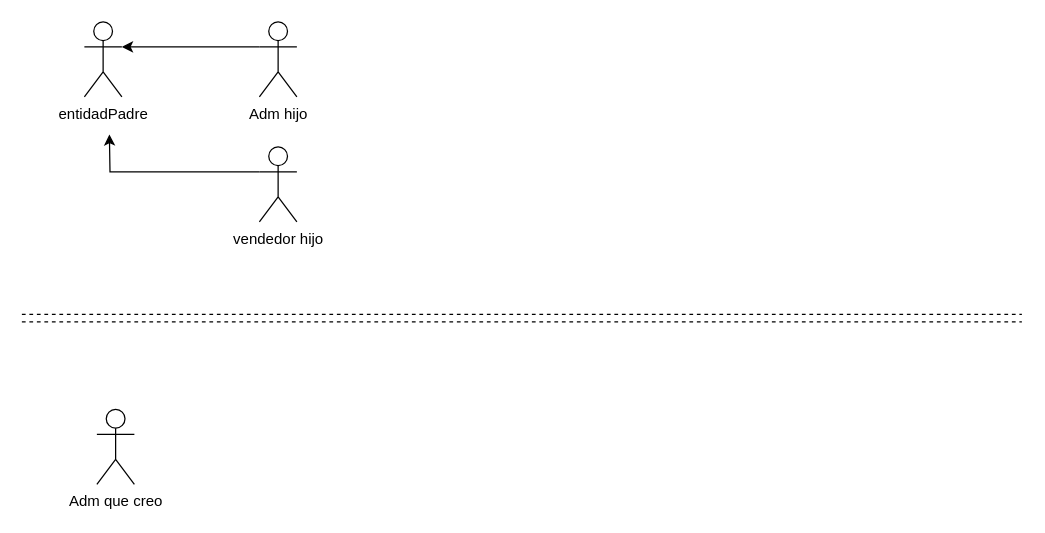
This is jerarquiaAdministradoresparaBorrar.drawio from Qleoz12/DiagramsJPA, a draw.io file, before an edit. Source tidied: cells renumbered, new cells numbered last; positions are measured from the earlier drawing's top-left corner, leaving out a move shared by most shapes. Both pictures are drawn from the tidied source at 125%, with x=0, y=0 at pixel (21, 21).
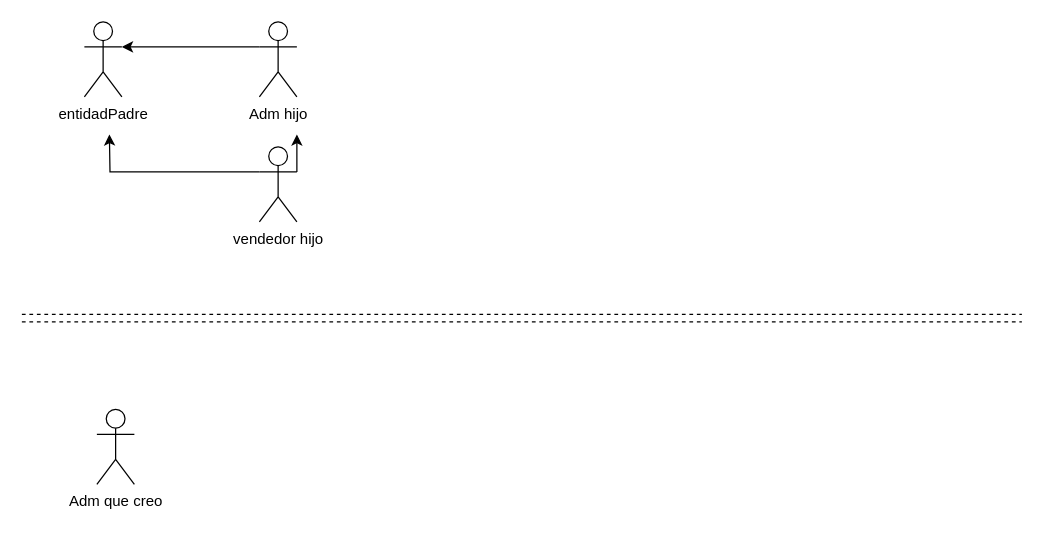
The same page after the edit.

Change to the diagram source:
```diff
@@
 <mxGraphModel>
   <root>
     <mxCell id="0" />
     <mxCell id="1" parent="0" />
     <mxCell id="2" value="entidadPadre" style="shape=umlActor;verticalLabelPosition=bottom;labelBackgroundColor=#ffffff;verticalAlign=top;html=1;outlineConnect=0;" parent="1" vertex="1">
       <mxGeometry x="50" width="30" height="60" as="geometry" />
     </mxCell>
     <mxCell id="3" value="Adm que creo" style="shape=umlActor;verticalLabelPosition=bottom;labelBackgroundColor=#ffffff;verticalAlign=top;html=1;" parent="1" vertex="1">
       <mxGeometry x="60" y="310" width="30" height="60" as="geometry" />
     </mxCell>
     <mxCell id="4" style="endArrow=none;dashed=1;html=1;" parent="1" edge="1">
       <mxGeometry relative="1" as="geometry">
         <mxPoint y="240" as="sourcePoint" />
         <mxPoint x="800" y="240" as="targetPoint" />
       </mxGeometry>
     </mxCell>
     <mxCell id="5" style="endArrow=none;dashed=1;html=1;" parent="1" edge="1">
       <mxGeometry relative="1" as="geometry">
         <mxPoint y="234" as="sourcePoint" />
         <mxPoint x="800" y="234" as="targetPoint" />
       </mxGeometry>
     </mxCell>
     <mxCell id="6" style="edgeStyle=orthogonalEdgeStyle;rounded=0;jettySize=auto;html=1;exitX=0;exitY=0.3333333333333333;exitDx=0;exitDy=0;exitPerimeter=0;" parent="1" edge="1" source="7">
       <mxGeometry relative="1" as="geometry">
         <mxPoint x="70" y="90" as="targetPoint" />
       </mxGeometry>
     </mxCell>
+    <mxCell id="10" style="edgeStyle=orthogonalEdgeStyle;rounded=0;jettySize=auto;html=1;exitX=1;exitY=0.3333333333333333;exitDx=0;exitDy=0;exitPerimeter=0;" parent="1" edge="1" source="7">
+      <mxGeometry relative="1" as="geometry">
+        <mxPoint x="220" y="90" as="targetPoint" />
+      </mxGeometry>
+    </mxCell>
     <mxCell id="7" value="vendedor hijo" style="shape=umlActor;verticalLabelPosition=bottom;labelBackgroundColor=#ffffff;verticalAlign=top;html=1;outlineConnect=0;" parent="1" vertex="1">
       <mxGeometry x="190" y="100" width="30" height="60" as="geometry" />
     </mxCell>
     <mxCell id="8" style="edgeStyle=orthogonalEdgeStyle;rounded=0;jettySize=auto;html=1;exitX=0;exitY=0.3333333333333333;exitDx=0;exitDy=0;exitPerimeter=0;entryX=1;entryY=0.3333333333333333;entryDx=0;entryDy=0;entryPerimeter=0;" parent="1" edge="1" source="9" target="2">
       <mxGeometry relative="1" as="geometry" />
     </mxCell>
     <mxCell id="9" value="Adm hijo" style="shape=umlActor;verticalLabelPosition=bottom;labelBackgroundColor=#ffffff;verticalAlign=top;html=1;outlineConnect=0;" parent="1" vertex="1">
       <mxGeometry x="190" width="30" height="60" as="geometry" />
     </mxCell>
   </root>
 </mxGraphModel>
```
